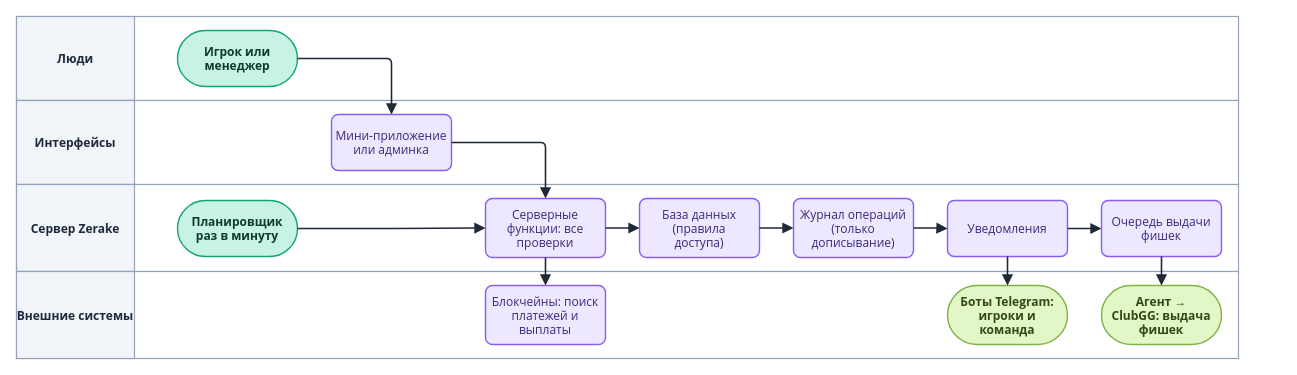
LILSUFFER/zerake-docs keeps this draw.io diagram as diagrams/drawio/architecture.drawio. Above is the earlier version. Source tidied: cells renumbered, new cells numbered last; positions are measured from the earlier drawing's top-left corner, leaving out a move shared by most shapes. Both pictures are drawn from the tidied source at 100%, with x=0, y=0 at pixel (16, 16).
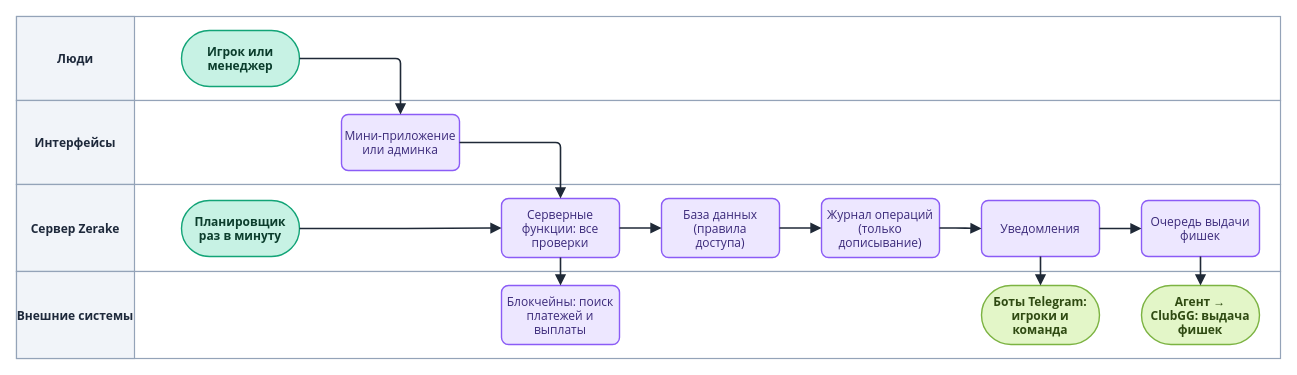
After the change.

What changed in the source:
```diff
@@
     <mxCell id="2" style="rounded=0;html=0;fillColor=#FFFFFF;strokeColor=#94A3B8;strokeWidth=1.2;" parent="1" vertex="1">
-      <mxGeometry width="1222" height="84" as="geometry" />
+      <mxGeometry width="1264" height="84" as="geometry" />
     </mxCell>
@@
     <mxCell id="4" style="rounded=0;html=0;fillColor=#FFFFFF;strokeColor=#94A3B8;strokeWidth=1.2;" parent="1" vertex="1">
-      <mxGeometry y="84" width="1222" height="84" as="geometry" />
+      <mxGeometry y="84" width="1264" height="84" as="geometry" />
     </mxCell>
@@
     <mxCell id="6" style="rounded=0;html=0;fillColor=#FFFFFF;strokeColor=#94A3B8;strokeWidth=1.2;" parent="1" vertex="1">
-      <mxGeometry y="168" width="1222" height="87" as="geometry" />
+      <mxGeometry y="168" width="1264" height="87" as="geometry" />
     </mxCell>
@@
     <mxCell id="8" style="rounded=0;html=0;fillColor=#FFFFFF;strokeColor=#94A3B8;strokeWidth=1.2;" parent="1" vertex="1">
-      <mxGeometry y="255" width="1222" height="87" as="geometry" />
+      <mxGeometry y="255" width="1264" height="87" as="geometry" />
     </mxCell>
@@
     <mxCell id="10" value="Игрок или&#10;менеджер" style="rounded=1;arcSize=50;html=0;fontStyle=1;fillColor=#C7F2E4;strokeColor=#12A477;fontColor=#0B3D2C;fontFamily=Segoe UI;fontSize=12;strokeWidth=1.4;" parent="1" vertex="1">
-      <mxGeometry x="161" y="14" width="120" height="56" as="geometry" />
+      <mxGeometry x="165" y="14" width="118" height="56" as="geometry" />
     </mxCell>
     <mxCell id="11" value="Мини-приложение&#10;или админка" style="rounded=1;arcSize=12;html=0;fillColor=#EDE7FF;strokeColor=#8B5CF6;fontColor=#3B2A7A;fontFamily=Segoe UI;fontSize=12;strokeWidth=1.4;" parent="1" vertex="1">
-      <mxGeometry x="315" y="98" width="120" height="56" as="geometry" />
+      <mxGeometry x="325" y="98" width="118" height="56" as="geometry" />
     </mxCell>
     <mxCell id="12" value="Планировщик&#10;раз в минуту" style="rounded=1;arcSize=50;html=0;fontStyle=1;fillColor=#C7F2E4;strokeColor=#12A477;fontColor=#0B3D2C;fontFamily=Segoe UI;fontSize=12;strokeWidth=1.4;" parent="1" vertex="1">
-      <mxGeometry x="161" y="184" width="120" height="56" as="geometry" />
+      <mxGeometry x="165" y="184" width="118" height="56" as="geometry" />
     </mxCell>
     <mxCell id="13" value="Серверные&#10;функции: все&#10;проверки" style="rounded=1;arcSize=12;html=0;fillColor=#EDE7FF;strokeColor=#8B5CF6;fontColor=#3B2A7A;fontFamily=Segoe UI;fontSize=12;strokeWidth=1.4;" parent="1" vertex="1">
-      <mxGeometry x="469" y="182" width="120" height="59" as="geometry" />
+      <mxGeometry x="485" y="182" width="118" height="59" as="geometry" />
     </mxCell>
     <mxCell id="14" value="Блокчейны: поиск&#10;платежей и&#10;выплаты" style="rounded=1;arcSize=12;html=0;fillColor=#EDE7FF;strokeColor=#8B5CF6;fontColor=#3B2A7A;fontFamily=Segoe UI;fontSize=12;strokeWidth=1.4;" parent="1" vertex="1">
-      <mxGeometry x="469" y="269" width="120" height="59" as="geometry" />
+      <mxGeometry x="485" y="269" width="118" height="59" as="geometry" />
     </mxCell>
     <mxCell id="15" value="База данных&#10;(правила&#10;доступа)" style="rounded=1;arcSize=12;html=0;fillColor=#EDE7FF;strokeColor=#8B5CF6;fontColor=#3B2A7A;fontFamily=Segoe UI;fontSize=12;strokeWidth=1.4;" parent="1" vertex="1">
-      <mxGeometry x="623" y="182" width="120" height="59" as="geometry" />
+      <mxGeometry x="645" y="182" width="118" height="59" as="geometry" />
     </mxCell>
     <mxCell id="16" value="Журнал операций&#10;(только&#10;дописывание)" style="rounded=1;arcSize=12;html=0;fillColor=#EDE7FF;strokeColor=#8B5CF6;fontColor=#3B2A7A;fontFamily=Segoe UI;fontSize=12;strokeWidth=1.4;" parent="1" vertex="1">
-      <mxGeometry x="777" y="182" width="120" height="59" as="geometry" />
+      <mxGeometry x="805" y="182" width="118" height="59" as="geometry" />
     </mxCell>
     <mxCell id="17" value="Уведомления" style="rounded=1;arcSize=12;html=0;fillColor=#EDE7FF;strokeColor=#8B5CF6;fontColor=#3B2A7A;fontFamily=Segoe UI;fontSize=12;strokeWidth=1.4;" parent="1" vertex="1">
-      <mxGeometry x="931" y="184" width="120" height="56" as="geometry" />
+      <mxGeometry x="965" y="184" width="118" height="56" as="geometry" />
     </mxCell>
     <mxCell id="18" value="Боты Telegram:&#10;игроки и&#10;команда" style="rounded=1;arcSize=50;html=0;fontStyle=1;fillColor=#E3F6C8;strokeColor=#7CB342;fontColor=#2F4A12;fontFamily=Segoe UI;fontSize=12;strokeWidth=1.4;" parent="1" vertex="1">
-      <mxGeometry x="931" y="269" width="120" height="59" as="geometry" />
+      <mxGeometry x="965" y="269" width="118" height="59" as="geometry" />
     </mxCell>
     <mxCell id="19" value="Очередь выдачи&#10;фишек" style="rounded=1;arcSize=12;html=0;fillColor=#EDE7FF;strokeColor=#8B5CF6;fontColor=#3B2A7A;fontFamily=Segoe UI;fontSize=12;strokeWidth=1.4;" parent="1" vertex="1">
-      <mxGeometry x="1085" y="184" width="120" height="56" as="geometry" />
+      <mxGeometry x="1125" y="184" width="118" height="56" as="geometry" />
     </mxCell>
     <mxCell id="20" value="Агент →&#10;ClubGG: выдача&#10;фишек" style="rounded=1;arcSize=50;html=0;fontStyle=1;fillColor=#E3F6C8;strokeColor=#7CB342;fontColor=#2F4A12;fontFamily=Segoe UI;fontSize=12;strokeWidth=1.4;" parent="1" vertex="1">
-      <mxGeometry x="1085" y="269" width="120" height="59" as="geometry" />
+      <mxGeometry x="1125" y="269" width="118" height="59" as="geometry" />
     </mxCell>
-    <mxCell id="21" style="edgeStyle=orthogonalEdgeStyle;rounded=1;arcSize=10;jettySize=auto;html=0;strokeColor=#1F2937;strokeWidth=1.6;endArrow=block;endFill=1;endSize=7;fontFamily=Segoe UI;fontSize=12;fontStyle=1;fontColor=#334155;labelBackgroundColor=#FFFFFF;" parent="1" edge="1" source="10" target="11">
+    <mxCell id="21" style="edgeStyle=orthogonalEdgeStyle;rounded=1;arcSize=10;jettySize=auto;html=0;strokeColor=#1F2937;strokeWidth=1.6;endArrow=block;endFill=1;endSize=7;fontFamily=Segoe UI;fontSize=12;fontStyle=1;fontColor=#334155;labelBackgroundColor=none;" parent="1" edge="1" source="10" target="11">
       <mxGeometry relative="1" as="geometry" />
     </mxCell>
-    <mxCell id="22" style="edgeStyle=orthogonalEdgeStyle;rounded=1;arcSize=10;jettySize=auto;html=0;strokeColor=#1F2937;strokeWidth=1.6;endArrow=block;endFill=1;endSize=7;fontFamily=Segoe UI;fontSize=12;fontStyle=1;fontColor=#334155;labelBackgroundColor=#FFFFFF;exitX=1;exitY=0.5;entryX=0.5;entryY=0;" parent="1" edge="1" source="11" target="13">
+    <mxCell id="22" style="edgeStyle=orthogonalEdgeStyle;rounded=1;arcSize=10;jettySize=auto;html=0;strokeColor=#1F2937;strokeWidth=1.6;endArrow=block;endFill=1;endSize=7;fontFamily=Segoe UI;fontSize=12;fontStyle=1;fontColor=#334155;labelBackgroundColor=none;exitX=1;exitY=0.5;entryX=0.5;entryY=0;" parent="1" edge="1" source="11" target="13">
       <mxGeometry relative="1" as="geometry" />
     </mxCell>
-    <mxCell id="23" style="edgeStyle=orthogonalEdgeStyle;rounded=1;arcSize=10;jettySize=auto;html=0;strokeColor=#1F2937;strokeWidth=1.6;endArrow=block;endFill=1;endSize=7;fontFamily=Segoe UI;fontSize=12;fontStyle=1;fontColor=#334155;labelBackgroundColor=#FFFFFF;" parent="1" edge="1" source="12" target="13">
+    <mxCell id="23" style="edgeStyle=orthogonalEdgeStyle;rounded=1;arcSize=10;jettySize=auto;html=0;strokeColor=#1F2937;strokeWidth=1.6;endArrow=block;endFill=1;endSize=7;fontFamily=Segoe UI;fontSize=12;fontStyle=1;fontColor=#334155;labelBackgroundColor=none;" parent="1" edge="1" source="12" target="13">
       <mxGeometry relative="1" as="geometry" />
     </mxCell>
-    <mxCell id="24" style="edgeStyle=orthogonalEdgeStyle;rounded=1;arcSize=10;jettySize=auto;html=0;strokeColor=#1F2937;strokeWidth=1.6;endArrow=block;endFill=1;endSize=7;fontFamily=Segoe UI;fontSize=12;fontStyle=1;fontColor=#334155;labelBackgroundColor=#FFFFFF;" parent="1" edge="1" source="13" target="14">
+    <mxCell id="24" style="edgeStyle=orthogonalEdgeStyle;rounded=1;arcSize=10;jettySize=auto;html=0;strokeColor=#1F2937;strokeWidth=1.6;endArrow=block;endFill=1;endSize=7;fontFamily=Segoe UI;fontSize=12;fontStyle=1;fontColor=#334155;labelBackgroundColor=none;" parent="1" edge="1" source="13" target="14">
       <mxGeometry relative="1" as="geometry" />
     </mxCell>
-    <mxCell id="25" style="edgeStyle=orthogonalEdgeStyle;rounded=1;arcSize=10;jettySize=auto;html=0;strokeColor=#1F2937;strokeWidth=1.6;endArrow=block;endFill=1;endSize=7;fontFamily=Segoe UI;fontSize=12;fontStyle=1;fontColor=#334155;labelBackgroundColor=#FFFFFF;" parent="1" edge="1" source="13" target="15">
+    <mxCell id="25" style="edgeStyle=orthogonalEdgeStyle;rounded=1;arcSize=10;jettySize=auto;html=0;strokeColor=#1F2937;strokeWidth=1.6;endArrow=block;endFill=1;endSize=7;fontFamily=Segoe UI;fontSize=12;fontStyle=1;fontColor=#334155;labelBackgroundColor=none;" parent="1" edge="1" source="13" target="15">
       <mxGeometry relative="1" as="geometry" />
     </mxCell>
-    <mxCell id="26" style="edgeStyle=orthogonalEdgeStyle;rounded=1;arcSize=10;jettySize=auto;html=0;strokeColor=#1F2937;strokeWidth=1.6;endArrow=block;endFill=1;endSize=7;fontFamily=Segoe UI;fontSize=12;fontStyle=1;fontColor=#334155;labelBackgroundColor=#FFFFFF;" parent="1" edge="1" source="15" target="16">
+    <mxCell id="26" style="edgeStyle=orthogonalEdgeStyle;rounded=1;arcSize=10;jettySize=auto;html=0;strokeColor=#1F2937;strokeWidth=1.6;endArrow=block;endFill=1;endSize=7;fontFamily=Segoe UI;fontSize=12;fontStyle=1;fontColor=#334155;labelBackgroundColor=none;" parent="1" edge="1" source="15" target="16">
       <mxGeometry relative="1" as="geometry" />
     </mxCell>
-    <mxCell id="27" style="edgeStyle=orthogonalEdgeStyle;rounded=1;arcSize=10;jettySize=auto;html=0;strokeColor=#1F2937;strokeWidth=1.6;endArrow=block;endFill=1;endSize=7;fontFamily=Segoe UI;fontSize=12;fontStyle=1;fontColor=#334155;labelBackgroundColor=#FFFFFF;" parent="1" edge="1" source="16" target="17">
+    <mxCell id="27" style="edgeStyle=orthogonalEdgeStyle;rounded=1;arcSize=10;jettySize=auto;html=0;strokeColor=#1F2937;strokeWidth=1.6;endArrow=block;endFill=1;endSize=7;fontFamily=Segoe UI;fontSize=12;fontStyle=1;fontColor=#334155;labelBackgroundColor=none;" parent="1" edge="1" source="16" target="17">
       <mxGeometry relative="1" as="geometry" />
     </mxCell>
-    <mxCell id="28" style="edgeStyle=orthogonalEdgeStyle;rounded=1;arcSize=10;jettySize=auto;html=0;strokeColor=#1F2937;strokeWidth=1.6;endArrow=block;endFill=1;endSize=7;fontFamily=Segoe UI;fontSize=12;fontStyle=1;fontColor=#334155;labelBackgroundColor=#FFFFFF;" parent="1" edge="1" source="17" target="18">
+    <mxCell id="28" style="edgeStyle=orthogonalEdgeStyle;rounded=1;arcSize=10;jettySize=auto;html=0;strokeColor=#1F2937;strokeWidth=1.6;endArrow=block;endFill=1;endSize=7;fontFamily=Segoe UI;fontSize=12;fontStyle=1;fontColor=#334155;labelBackgroundColor=none;" parent="1" edge="1" source="17" target="18">
       <mxGeometry relative="1" as="geometry" />
     </mxCell>
-    <mxCell id="29" style="edgeStyle=orthogonalEdgeStyle;rounded=1;arcSize=10;jettySize=auto;html=0;strokeColor=#1F2937;strokeWidth=1.6;endArrow=block;endFill=1;endSize=7;fontFamily=Segoe UI;fontSize=12;fontStyle=1;fontColor=#334155;labelBackgroundColor=#FFFFFF;" parent="1" edge="1" source="17" target="19">
+    <mxCell id="29" style="edgeStyle=orthogonalEdgeStyle;rounded=1;arcSize=10;jettySize=auto;html=0;strokeColor=#1F2937;strokeWidth=1.6;endArrow=block;endFill=1;endSize=7;fontFamily=Segoe UI;fontSize=12;fontStyle=1;fontColor=#334155;labelBackgroundColor=none;" parent="1" edge="1" source="17" target="19">
       <mxGeometry relative="1" as="geometry" />
     </mxCell>
-    <mxCell id="30" style="edgeStyle=orthogonalEdgeStyle;rounded=1;arcSize=10;jettySize=auto;html=0;strokeColor=#1F2937;strokeWidth=1.6;endArrow=block;endFill=1;endSize=7;fontFamily=Segoe UI;fontSize=12;fontStyle=1;fontColor=#334155;labelBackgroundColor=#FFFFFF;" parent="1" edge="1" source="19" target="20">
+    <mxCell id="30" style="edgeStyle=orthogonalEdgeStyle;rounded=1;arcSize=10;jettySize=auto;html=0;strokeColor=#1F2937;strokeWidth=1.6;endArrow=block;endFill=1;endSize=7;fontFamily=Segoe UI;fontSize=12;fontStyle=1;fontColor=#334155;labelBackgroundColor=none;" parent="1" edge="1" source="19" target="20">
       <mxGeometry relative="1" as="geometry" />
     </mxCell>
```
